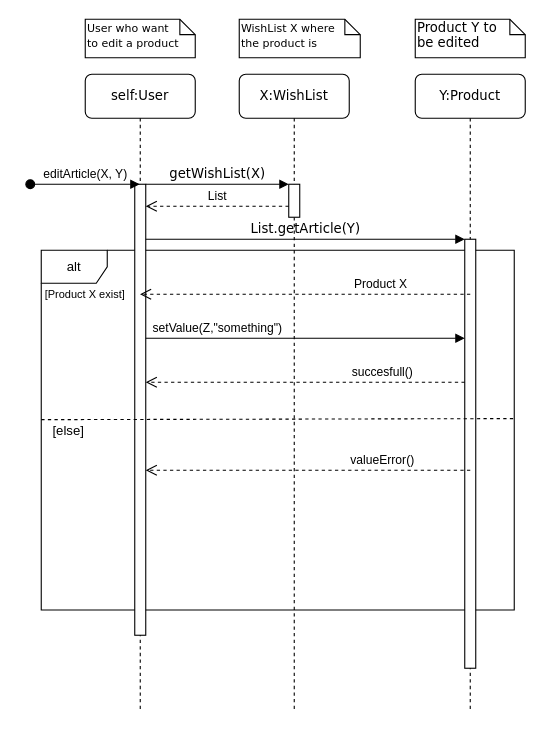
NNepper/LSINF1225-2020-GroupeL1.1-WishList keeps this draw.io diagram as Diagrammes/SequenceDiagrams/editArticle.drawio. Above is the earlier version. Source tidied: cells renumbered, new cells numbered last; positions are measured from the earlier drawing's top-left corner, leaving out a move shared by most shapes. Both pictures are drawn from the tidied source at 110%, with x=0, y=0 at pixel (30, 19).
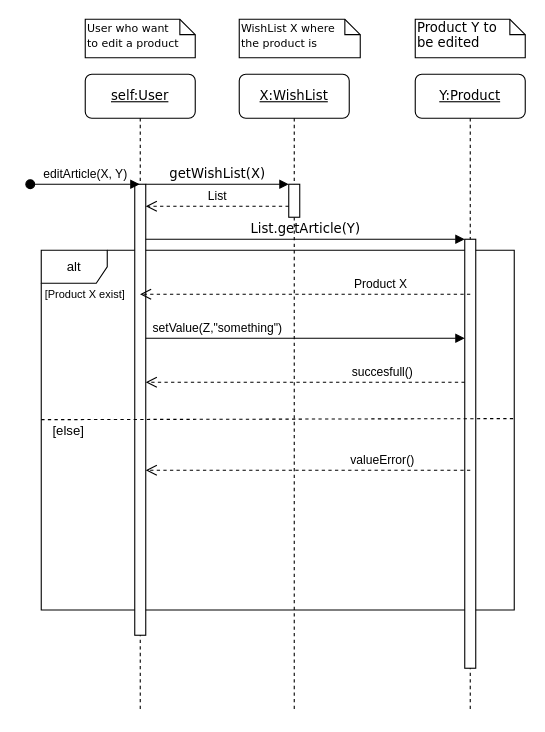
The same diagram, later.

Diff of the diagram source:
```diff
@@
-    <mxCell id="3" value="X:WishList" style="shape=umlLifeline;perimeter=lifelinePerimeter;whiteSpace=wrap;html=1;rounded=1;shadow=0;comic=0;labelBackgroundColor=none;strokeWidth=1;fontFamily=Verdana;fontSize=12;align=center;" parent="1" vertex="1">
+    <mxCell id="3" value="&lt;u&gt;X:WishList&lt;/u&gt;" style="shape=umlLifeline;perimeter=lifelinePerimeter;whiteSpace=wrap;html=1;rounded=1;shadow=0;comic=0;labelBackgroundColor=none;strokeWidth=1;fontFamily=Verdana;fontSize=12;align=center;" parent="1" vertex="1">
       <mxGeometry x="190" y="50" width="100" height="580" as="geometry" />
     </mxCell>
@@
-    <mxCell id="5" value="Y:Product" style="shape=umlLifeline;perimeter=lifelinePerimeter;whiteSpace=wrap;html=1;rounded=1;shadow=0;comic=0;labelBackgroundColor=none;strokeWidth=1;fontFamily=Verdana;fontSize=12;align=center;" parent="1" vertex="1">
+    <mxCell id="5" value="&lt;u&gt;Y:Product&lt;/u&gt;" style="shape=umlLifeline;perimeter=lifelinePerimeter;whiteSpace=wrap;html=1;rounded=1;shadow=0;comic=0;labelBackgroundColor=none;strokeWidth=1;fontFamily=Verdana;fontSize=12;align=center;" parent="1" vertex="1">
       <mxGeometry x="350" y="50" width="100" height="580" as="geometry" />
     </mxCell>
@@
-    <mxCell id="7" value="self:User" style="shape=umlLifeline;perimeter=lifelinePerimeter;whiteSpace=wrap;html=1;outlineConnect=0;rounded=1;shadow=0;comic=0;labelBackgroundColor=none;strokeWidth=1;fontFamily=Verdana;fontSize=12;align=center;" parent="1" vertex="1">
+    <mxCell id="7" value="&lt;u&gt;self:User&lt;/u&gt;" style="shape=umlLifeline;perimeter=lifelinePerimeter;whiteSpace=wrap;html=1;outlineConnect=0;rounded=1;shadow=0;comic=0;labelBackgroundColor=none;strokeWidth=1;fontFamily=Verdana;fontSize=12;align=center;" parent="1" vertex="1">
       <mxGeometry x="50" y="50" width="100" height="580" as="geometry" />
     </mxCell>
```
